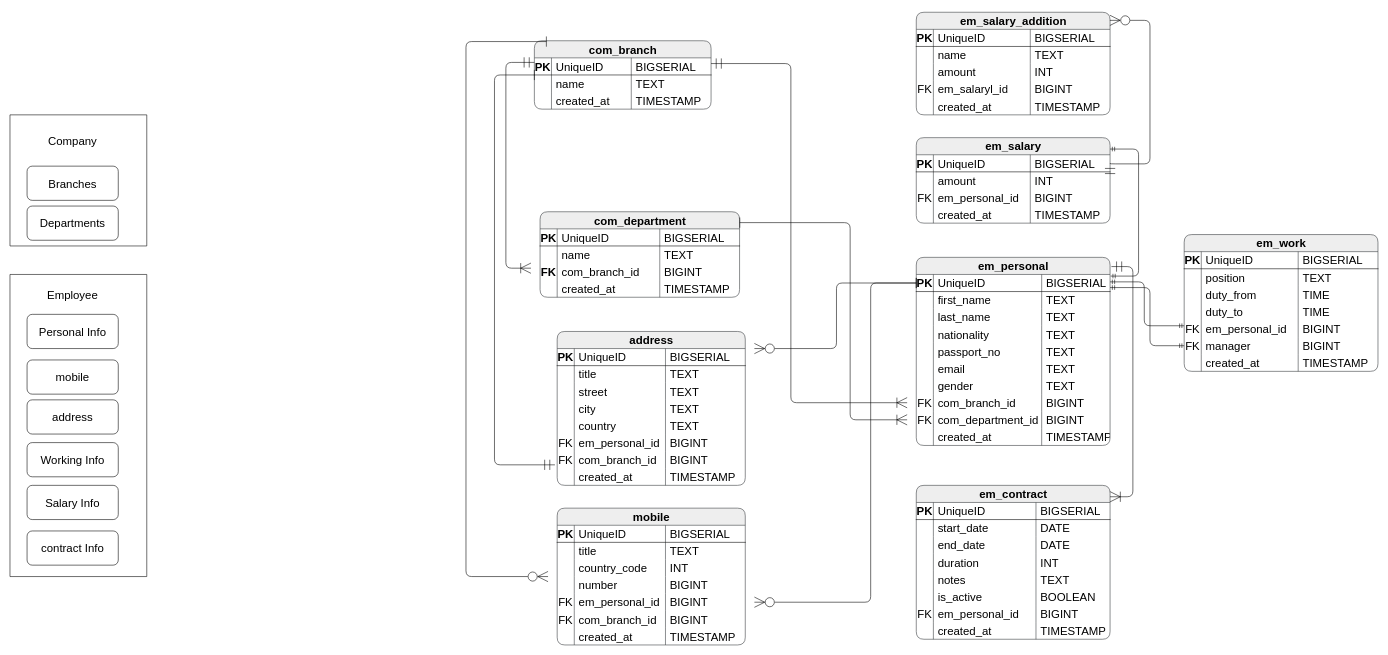
Earlier version of the draw.io diagram EMS_ERD.drawio (ahmed-sallam/ems). Source tidied: cells renumbered, new cells numbered last; positions are measured from the earlier drawing's top-left corner, leaving out a move shared by most shapes. Both pictures are drawn from the tidied source at 57%, with x=0, y=0 at pixel (10, 12).
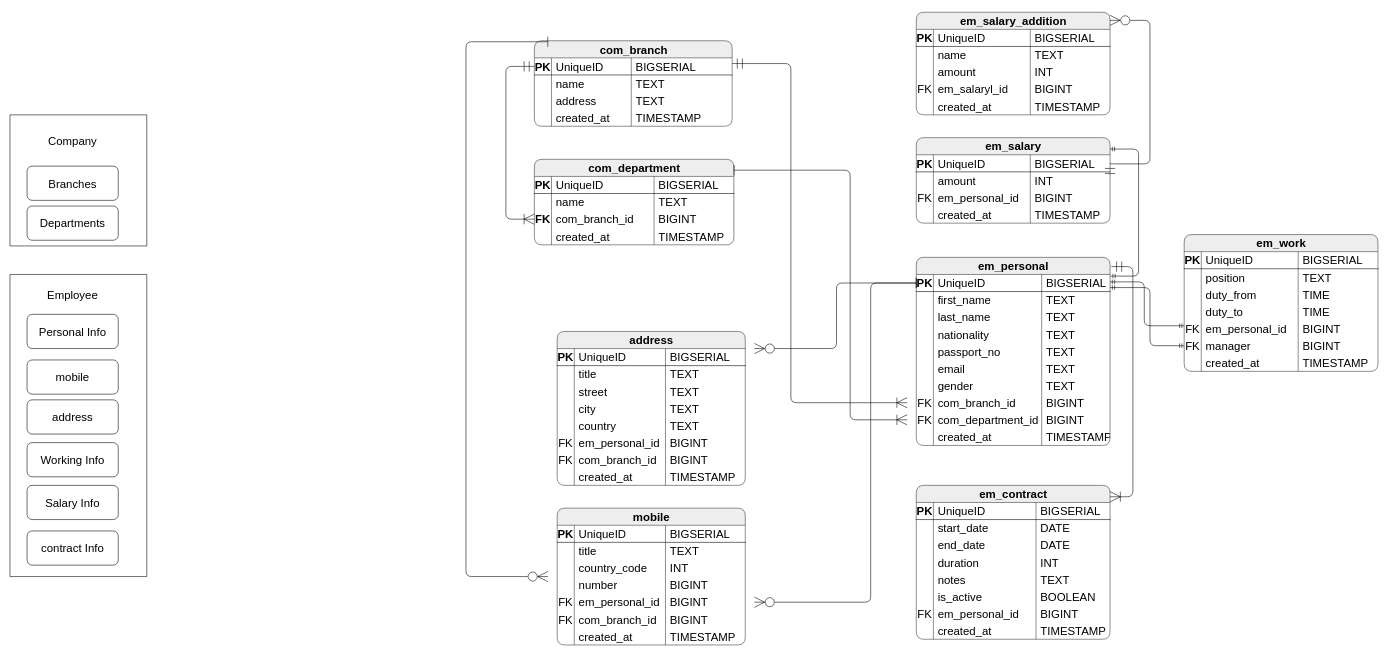
The same diagram, later.

Unchanged cells that the change refers to:
```xml
<mxCell id="36" style="shape=tableRow;horizontal=0;startSize=0;swimlaneHead=0;swimlaneBody=0;fillColor=none;points=[[0,0.5],[1,0.5]];portConstraint=eastwest;top=0;left=0;right=0;bottom=0;hachureGap=4;fontFamily=Helvetica;fontSize=20;rounded=1;" parent="27" vertex="1">
  <mxGeometry y="90" width="350" height="30" as="geometry" />
</mxCell>
<mxCell id="78" style="shape=tableRow;horizontal=0;startSize=0;swimlaneHead=0;swimlaneBody=0;fillColor=none;points=[[0,0.5],[1,0.5]];portConstraint=eastwest;top=0;left=0;right=0;bottom=0;hachureGap=4;fontFamily=Helvetica;fontSize=20;rounded=1;" parent="45" vertex="1">
  <mxGeometry y="270" width="340" height="30" as="geometry" />
</mxCell>
<mxCell id="142" style="shape=tableRow;horizontal=0;startSize=0;swimlaneHead=0;swimlaneBody=0;fillColor=none;points=[[0,0.5],[1,0.5]];portConstraint=eastwest;top=0;left=0;right=0;bottom=0;hachureGap=4;fontFamily=Helvetica;fontSize=20;rounded=1;" parent="117" vertex="1">
  <mxGeometry y="210" width="330" height="30" as="geometry" />
</mxCell>
```

Diff of the diagram source:
```diff
@@
     <mxCell id="14" value="com_branch" style="shape=table;startSize=30;childLayout=tableLayout;rowLines=0;fontStyle=1;align=center;html=1;hachureGap=4;fontFamily=Helvetica;fontSize=20;fillColor=#eeeeee;strokeColor=#36393d;rounded=1;" parent="1" vertex="1">
-      <mxGeometry x="920" y="50" width="310" height="120" as="geometry" />
+      <mxGeometry x="920" y="50" width="347" height="150" as="geometry" />
     </mxCell>
     <mxCell id="15" style="shape=tableRow;horizontal=0;startSize=0;swimlaneHead=0;swimlaneBody=0;fillColor=none;points=[[0,0.5],[1,0.5]];portConstraint=eastwest;top=0;left=0;right=0;bottom=1;hachureGap=4;fontFamily=Helvetica;fontSize=20;rounded=1;" parent="14" vertex="1">
-      <mxGeometry y="30" width="310" height="30" as="geometry" />
+      <mxGeometry y="30" width="347" height="30" as="geometry" />
     </mxCell>
@@
     <mxCell id="18" value="BIGSERIAL" style="shape=partialRectangle;fillColor=none;top=0;left=0;bottom=0;right=0;align=left;spacingLeft=6;fontStyle=0;overflow=hidden;whiteSpace=wrap;html=1;hachureGap=4;fontFamily=Helvetica;fontSize=20;rounded=1;" parent="15" vertex="1">
-      <mxGeometry x="170" width="140" height="30" as="geometry" />
+      <mxGeometry x="170" width="177" height="30" as="geometry" />
     </mxCell>
     <mxCell id="19" style="shape=tableRow;horizontal=0;startSize=0;swimlaneHead=0;swimlaneBody=0;fillColor=none;top=0;left=0;right=0;bottom=0;hachureGap=4;fontFamily=Helvetica;fontSize=20;rounded=1;" parent="14" vertex="1">
-      <mxGeometry y="60" width="310" height="30" as="geometry" />
+      <mxGeometry y="60" width="347" height="30" as="geometry" />
     </mxCell>
@@
     <mxCell id="22" value="TEXT" style="shape=partialRectangle;fillColor=none;top=0;left=0;bottom=0;right=0;align=left;spacingLeft=6;overflow=hidden;whiteSpace=wrap;html=1;hachureGap=4;fontFamily=Helvetica;fontSize=20;rounded=1;" parent="19" vertex="1">
-      <mxGeometry x="170" width="140" height="30" as="geometry" />
+      <mxGeometry x="170" width="177" height="30" as="geometry" />
     </mxCell>
+    <mxCell id="259" style="shape=tableRow;horizontal=0;startSize=0;swimlaneHead=0;swimlaneBody=0;fillColor=none;top=0;left=0;right=0;bottom=0;hachureGap=4;fontFamily=Helvetica;fontSize=20;rounded=1;" parent="14" vertex="1">
+      <mxGeometry y="90" width="347" height="30" as="geometry" />
+    </mxCell>
+    <mxCell id="260" style="shape=partialRectangle;fillColor=none;top=0;left=0;bottom=0;right=0;overflow=hidden;whiteSpace=wrap;html=1;hachureGap=4;fontFamily=Helvetica;fontSize=20;rounded=1;" parent="259" vertex="1">
+      <mxGeometry width="30" height="30" as="geometry" />
+    </mxCell>
+    <mxCell id="261" value="address" style="shape=partialRectangle;fillColor=none;top=0;left=0;bottom=0;right=0;align=left;spacingLeft=6;overflow=hidden;whiteSpace=wrap;html=1;hachureGap=4;fontFamily=Helvetica;fontSize=20;rounded=1;" parent="259" vertex="1">
+      <mxGeometry x="30" width="140" height="30" as="geometry" />
+    </mxCell>
+    <mxCell id="262" value="TEXT" style="shape=partialRectangle;fillColor=none;top=0;left=0;bottom=0;right=0;align=left;spacingLeft=6;overflow=hidden;whiteSpace=wrap;html=1;hachureGap=4;fontFamily=Helvetica;fontSize=20;rounded=1;" parent="259" vertex="1">
+      <mxGeometry x="170" width="177" height="30" as="geometry" />
+    </mxCell>
     <mxCell id="23" style="shape=tableRow;horizontal=0;startSize=0;swimlaneHead=0;swimlaneBody=0;fillColor=none;top=0;left=0;right=0;bottom=0;hachureGap=4;fontFamily=Helvetica;fontSize=20;rounded=1;" parent="14" vertex="1">
-      <mxGeometry y="90" width="310" height="30" as="geometry" />
+      <mxGeometry y="120" width="347" height="30" as="geometry" />
     </mxCell>
@@
     <mxCell id="26" value="TIMESTAMP" style="shape=partialRectangle;fillColor=none;top=0;left=0;bottom=0;right=0;align=left;spacingLeft=6;overflow=hidden;whiteSpace=wrap;html=1;hachureGap=4;fontFamily=Helvetica;fontSize=20;rounded=1;" parent="23" vertex="1">
-      <mxGeometry x="170" width="140" height="30" as="geometry" />
+      <mxGeometry x="170" width="177" height="30" as="geometry" />
     </mxCell>
     <mxCell id="27" value="com_department" style="shape=table;startSize=30;childLayout=tableLayout;rowLines=0;fontStyle=1;align=center;html=1;hachureGap=4;fontFamily=Helvetica;fontSize=20;fillColor=#eeeeee;strokeColor=#36393d;rounded=1;" parent="1" vertex="1">
-      <mxGeometry x="930" y="350" width="350" height="150" as="geometry" />
+      <mxGeometry x="920" y="258" width="350" height="150" as="geometry" />
     </mxCell>
@@
-    <mxCell id="44" style="edgeStyle=orthogonalEdgeStyle;fontSize=12;html=1;endArrow=ERoneToMany;startArrow=ERmandOne;rounded=1;spacing=9;spacingRight=10;endSize=16;targetPerimeterSpacing=16;startSize=16;" parent="1" edge="1" source="15" target="36">
+    <mxCell id="44" style="edgeStyle=orthogonalEdgeStyle;fontSize=12;html=1;endArrow=ERoneToMany;startArrow=ERmandOne;rounded=1;spacing=9;spacingRight=10;endSize=16;targetPerimeterSpacing=16;startSize=16;entryX=0;entryY=0.5;entryDx=0;entryDy=0;" parent="1" edge="1" source="15" target="36">
       <mxGeometry relative="1" as="geometry">
         <Array as="points">
-          <mxPoint x="870" y="88" />
-          <mxPoint x="870" y="449" />
+          <mxPoint x="870" y="95" />
+          <mxPoint x="870" y="363" />
         </Array>
       </mxGeometry>
     </mxCell>
@@
-    <mxCell id="151" style="edgeStyle=orthogonalEdgeStyle;fontSize=12;html=1;endArrow=ERmandOne;startArrow=baseDash;rounded=1;spacing=9;spacingRight=10;endSize=16;targetPerimeterSpacing=16;startSize=16;endFill=0;startFill=0;entryX=-0.012;entryY=0.8;entryDx=0;entryDy=0;entryPerimeter=0;" parent="1" edge="1" source="14" target="142">
-      <mxGeometry relative="1" as="geometry">
-        <Array as="points">
-          <mxPoint x="850" y="110" />
-          <mxPoint x="850" y="794" />
-        </Array>
-      </mxGeometry>
-    </mxCell>
@@
     <mxCell id="153" style="edgeStyle=orthogonalEdgeStyle;fontSize=12;html=1;endArrow=ERoneToMany;startArrow=baseDash;rounded=1;spacing=9;spacingRight=10;endSize=16;targetPerimeterSpacing=16;startSize=16;endFill=0;startFill=0;exitX=1.001;exitY=0.127;exitDx=0;exitDy=0;exitPerimeter=0;" parent="1" edge="1" source="27" target="78">
       <mxGeometry relative="1" as="geometry">
         <Array as="points">
-          <mxPoint x="1474" y="369" />
+          <mxPoint x="1474" y="277" />
           <mxPoint x="1474" y="715" />
         </Array>
       </mxGeometry>
     </mxCell>
```
